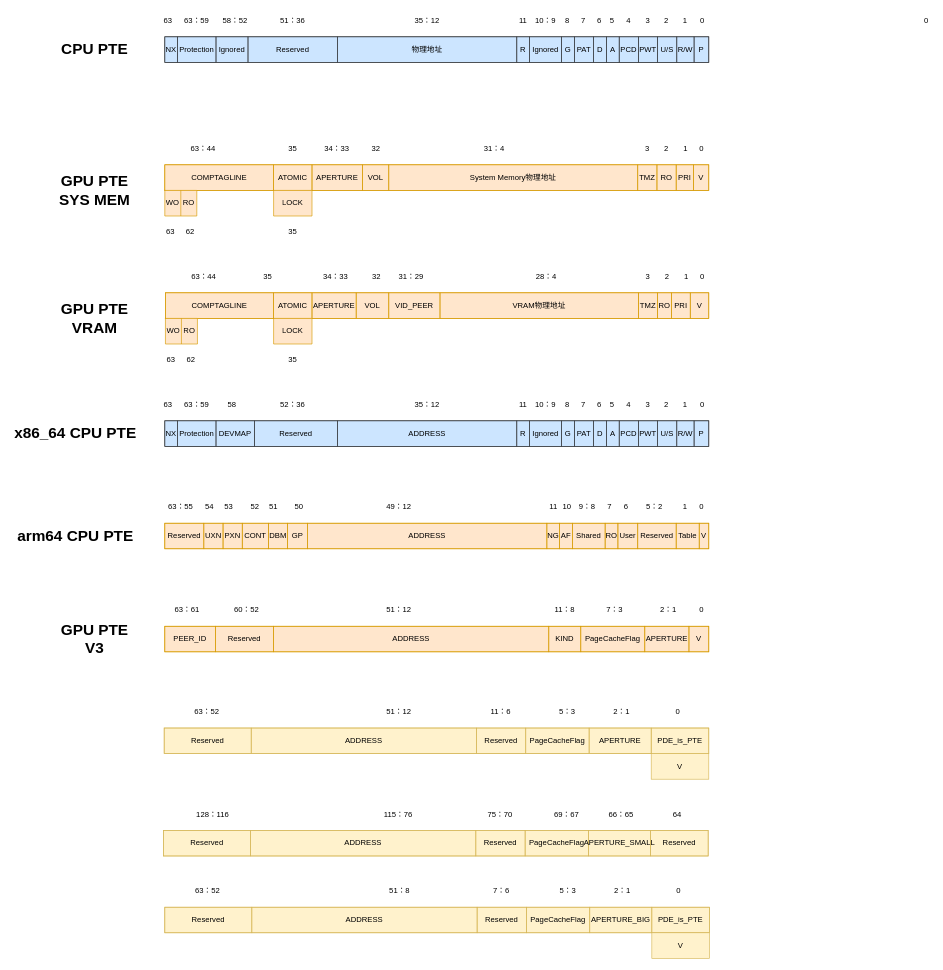
Earlier version of the draw.io diagram memory.drawio (raykwok1150/draw.io). Source tidied: cells renumbered, new cells numbered last; positions are measured from the earlier drawing's top-left corner, leaving out a move shared by most shapes. Both pictures are drawn from the tidied source at 64%, with x=0, y=0 at pixel (11, 11).
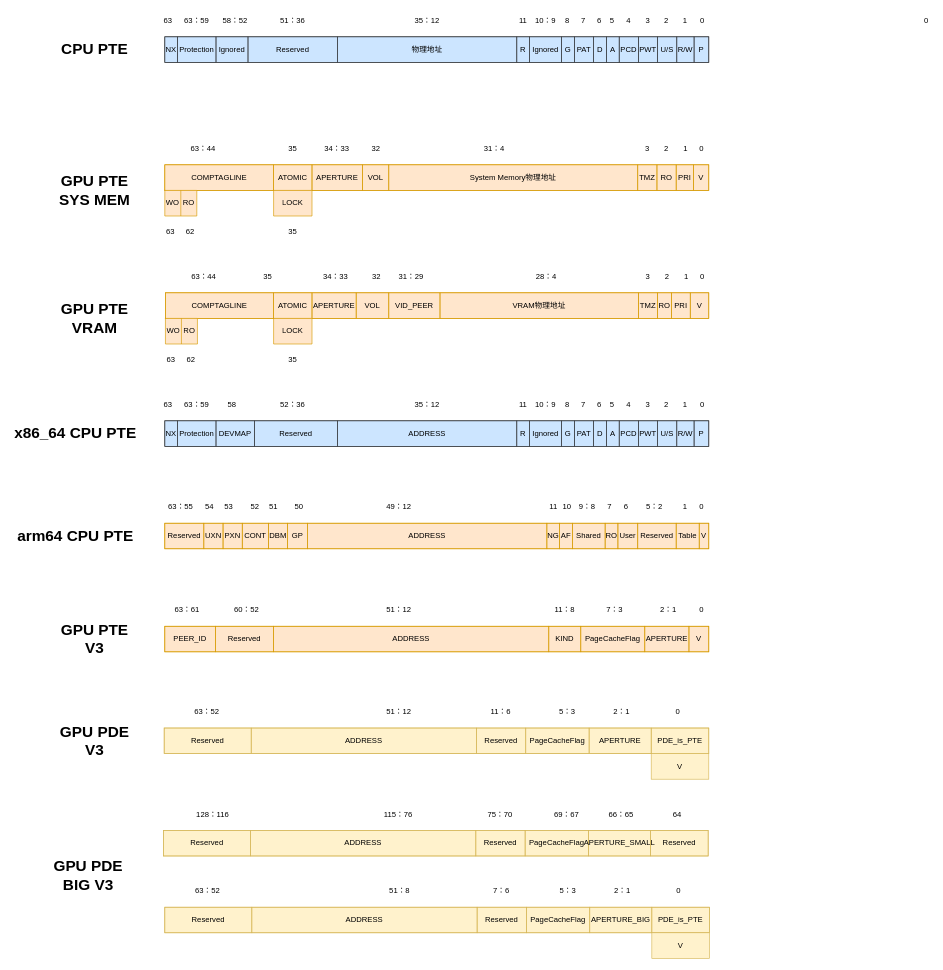
The same diagram, later.

What changed in the source:
```diff
@@
+    <mxCell id="231" value="GPU PDE&lt;div&gt;V3&lt;/div&gt;" style="text;strokeColor=none;fillColor=none;html=1;fontSize=24;fontStyle=1;verticalAlign=middle;align=center;" parent="1" vertex="1">
+      <mxGeometry x="80" y="1100" width="100" height="80" as="geometry" />
+    </mxCell>
+    <mxCell id="232" value="GPU PDE&lt;div&gt;BIG V3&lt;/div&gt;" style="text;strokeColor=none;fillColor=none;html=1;fontSize=24;fontStyle=1;verticalAlign=middle;align=center;" parent="1" vertex="1">
+      <mxGeometry x="70" y="1310" width="100" height="80" as="geometry" />
+    </mxCell>
```
